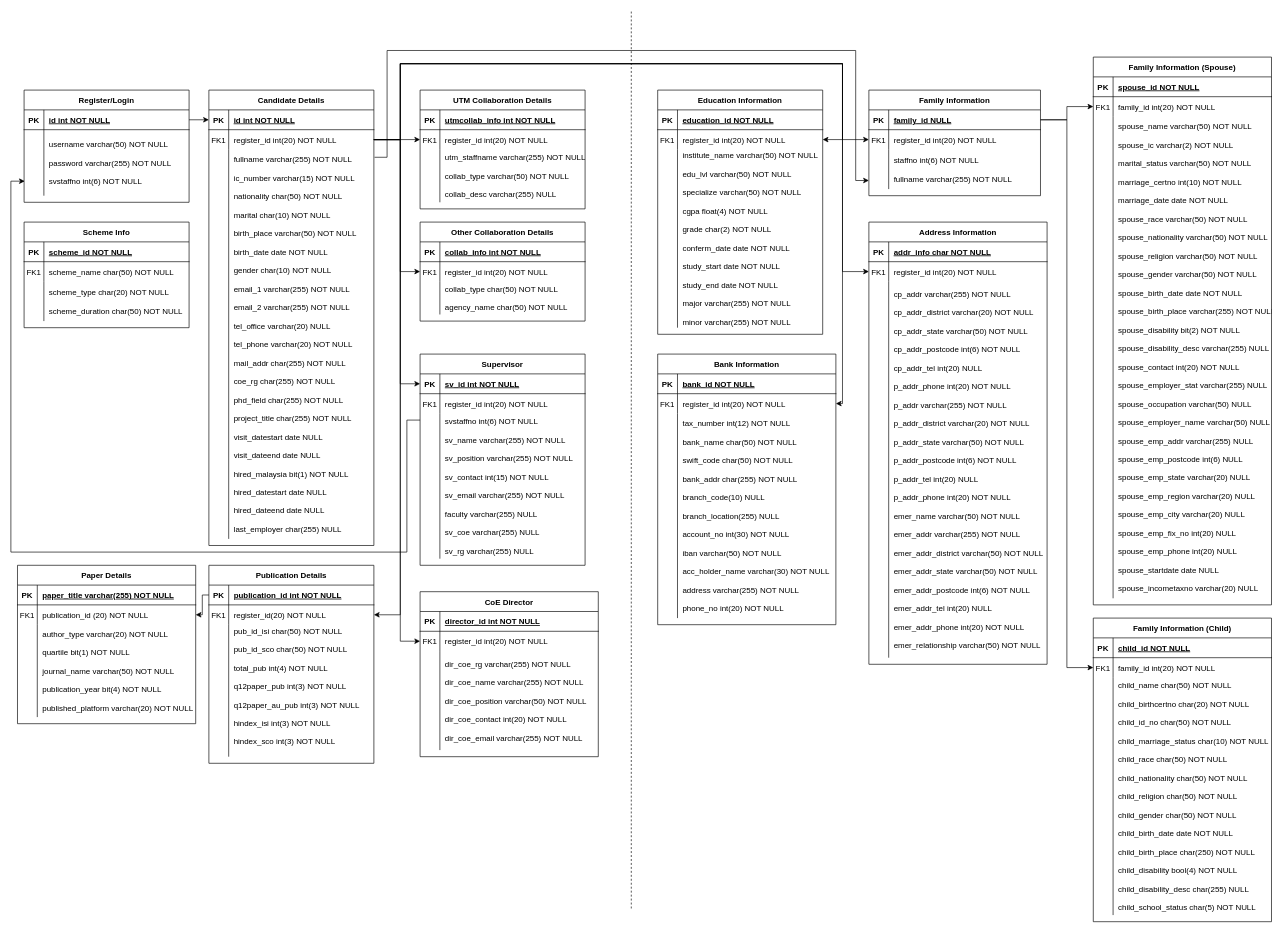
This is Untitled Diagram.drawio from MohdSanusi/RF, a draw.io file, before an edit. Source tidied: cells renumbered, new cells numbered last; positions are measured from the earlier drawing's top-left corner, leaving out a move shared by most shapes. Both pictures are drawn from the tidied source at 66%, with x=0, y=0 at pixel (11, 11).
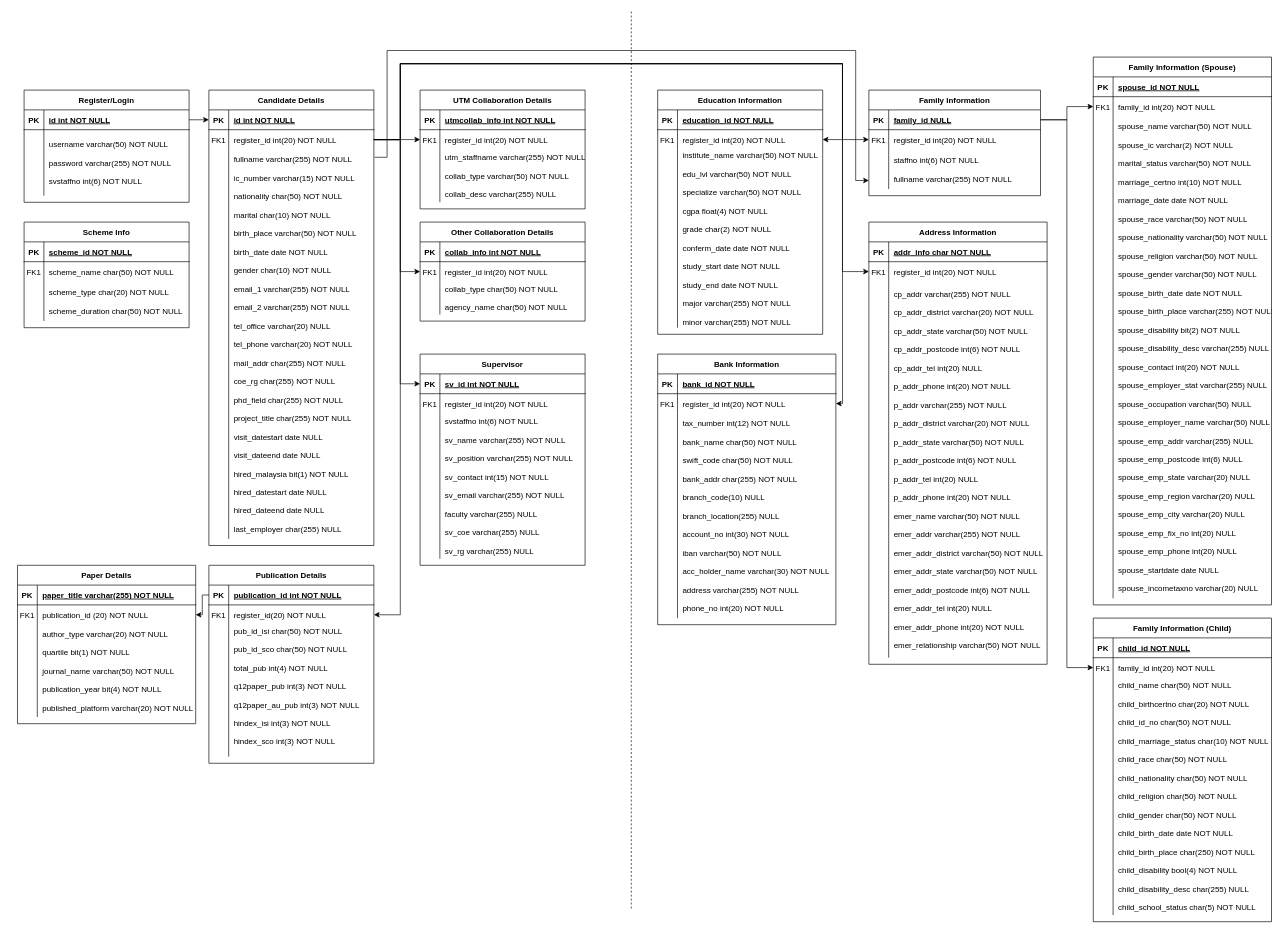
The same diagram, later.

Unchanged cells that the change refers to:
```xml
<mxCell id="6" style="shape=partialRectangle;fillColor=none;points=[[0,0.5],[1,0.5]];portConstraint=eastwest;top=0;left=0;right=0;bottom=0;" parent="2" vertex="1">
  <mxGeometry y="60" width="250" height="30" as="geometry" />
</mxCell>
<mxCell id="16" style="shape=partialRectangle;fillColor=none;points=[[0,0.5],[1,0.5]];portConstraint=eastwest;top=0;left=0;right=0;bottom=0;" parent="12" vertex="1">
  <mxGeometry y="60" width="250" height="100" as="geometry" />
</mxCell>
<mxCell id="43" value="Supervisor" style="shape=table;startSize=30;childLayout=tableLayout;rowLines=0;fontStyle=1;align=center;" parent="1" vertex="1">
  <mxGeometry x="620" y="520" width="250" height="320" as="geometry" />
</mxCell>
```

The edit, as a diff of the source:
```diff
@@
-    <mxCell id="42" style="edgeStyle=orthogonalEdgeStyle;rounded=0;jettySize=auto;html=1;entryX=0.004;entryY=0.78;entryDx=0;entryDy=0;entryPerimeter=0;" parent="1" edge="1" source="43" target="16">
-      <mxGeometry relative="1" as="geometry">
-        <Array as="points">
-          <mxPoint x="600" y="620" />
-          <mxPoint x="600" y="820" />
-          <mxPoint y="820" />
-          <mxPoint y="258" />
-        </Array>
-      </mxGeometry>
-    </mxCell>
@@
-    <mxCell id="53" value="CoE Director" style="shape=table;startSize=30;childLayout=tableLayout;rowLines=0;fontStyle=1;align=center;" parent="1" vertex="1">
-      <mxGeometry x="620" y="880" width="270" height="250" as="geometry" />
-    </mxCell>
-    <mxCell id="54" style="shape=partialRectangle;fillColor=none;top=0;left=0;right=0;bottom=1;" parent="53" vertex="1">
-      <mxGeometry y="30" width="270" height="30" as="geometry" />
-    </mxCell>
-    <mxCell id="55" value="PK" style="shape=partialRectangle;overflow=hidden;fillColor=none;top=0;left=0;bottom=0;right=0;fontStyle=1;" parent="54" vertex="1">
-      <mxGeometry width="30" height="30" as="geometry" />
-    </mxCell>
-    <mxCell id="56" value="director_id int NOT NULL " style="shape=partialRectangle;overflow=hidden;fillColor=none;top=0;left=0;bottom=0;right=0;align=left;spacingLeft=6;fontStyle=5;" parent="54" vertex="1">
-      <mxGeometry x="30" width="240" height="30" as="geometry" />
-    </mxCell>
-    <mxCell id="57" style="shape=partialRectangle;fillColor=none;points=[[0,0.5],[1,0.5]];portConstraint=eastwest;top=0;left=0;right=0;bottom=0;" parent="53" vertex="1">
-      <mxGeometry y="60" width="270" height="30" as="geometry" />
-    </mxCell>
-    <mxCell id="58" value="FK1" style="shape=partialRectangle;overflow=hidden;fillColor=none;top=0;left=0;bottom=0;right=0;" parent="57" vertex="1">
-      <mxGeometry width="30" height="30" as="geometry" />
-    </mxCell>
-    <mxCell id="59" value="register_id int(20) NOT NULL" style="shape=partialRectangle;overflow=hidden;fillColor=none;top=0;left=0;bottom=0;right=0;align=left;spacingLeft=6;" parent="57" vertex="1">
-      <mxGeometry x="30" width="240" height="30" as="geometry" />
-    </mxCell>
-    <mxCell id="60" style="shape=partialRectangle;fillColor=none;top=0;left=0;right=0;bottom=0;" parent="53" vertex="1">
-      <mxGeometry y="90" width="270" height="150" as="geometry" />
-    </mxCell>
-    <mxCell id="61" style="shape=partialRectangle;overflow=hidden;fillColor=none;top=0;left=0;bottom=0;right=0;" parent="60" vertex="1">
-      <mxGeometry width="30" height="150" as="geometry" />
-    </mxCell>
-    <mxCell id="62" value="dir_coe_rg varchar(255) NOT NULL&#10;&#10;dir_coe_name varchar(255) NOT NULL&#10;&#10;dir_coe_position varchar(50) NOT NULL&#10;&#10;dir_coe_contact int(20) NOT NULL&#10;&#10;dir_coe_email varchar(255) NOT NULL" style="shape=partialRectangle;overflow=hidden;fillColor=none;top=0;left=0;bottom=0;right=0;align=left;spacingLeft=6;" parent="60" vertex="1">
-      <mxGeometry x="30" width="240" height="150" as="geometry" />
-    </mxCell>
@@
-    <mxCell id="65" style="edgeStyle=orthogonalEdgeStyle;rounded=0;jettySize=auto;html=1;exitX=1;exitY=0.5;exitDx=0;exitDy=0;entryX=0;entryY=0.5;entryDx=0;entryDy=0;" parent="1" edge="1" source="6" target="57">
-      <mxGeometry relative="1" as="geometry">
-        <Array as="points">
-          <mxPoint x="590" y="195" />
-          <mxPoint x="590" y="955" />
-        </Array>
-      </mxGeometry>
-    </mxCell>
```
